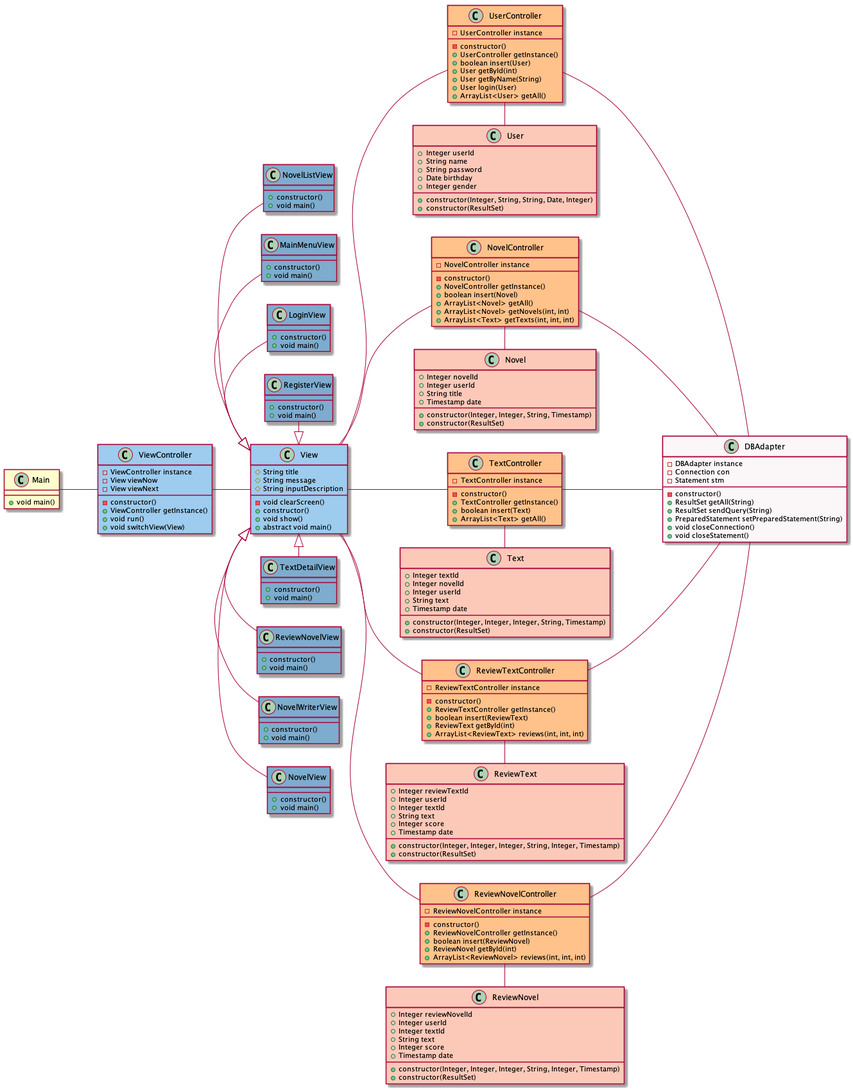
hiroya8649/relaynovel keeps this PlantUML diagram as Class.png. Above is the earlier version.
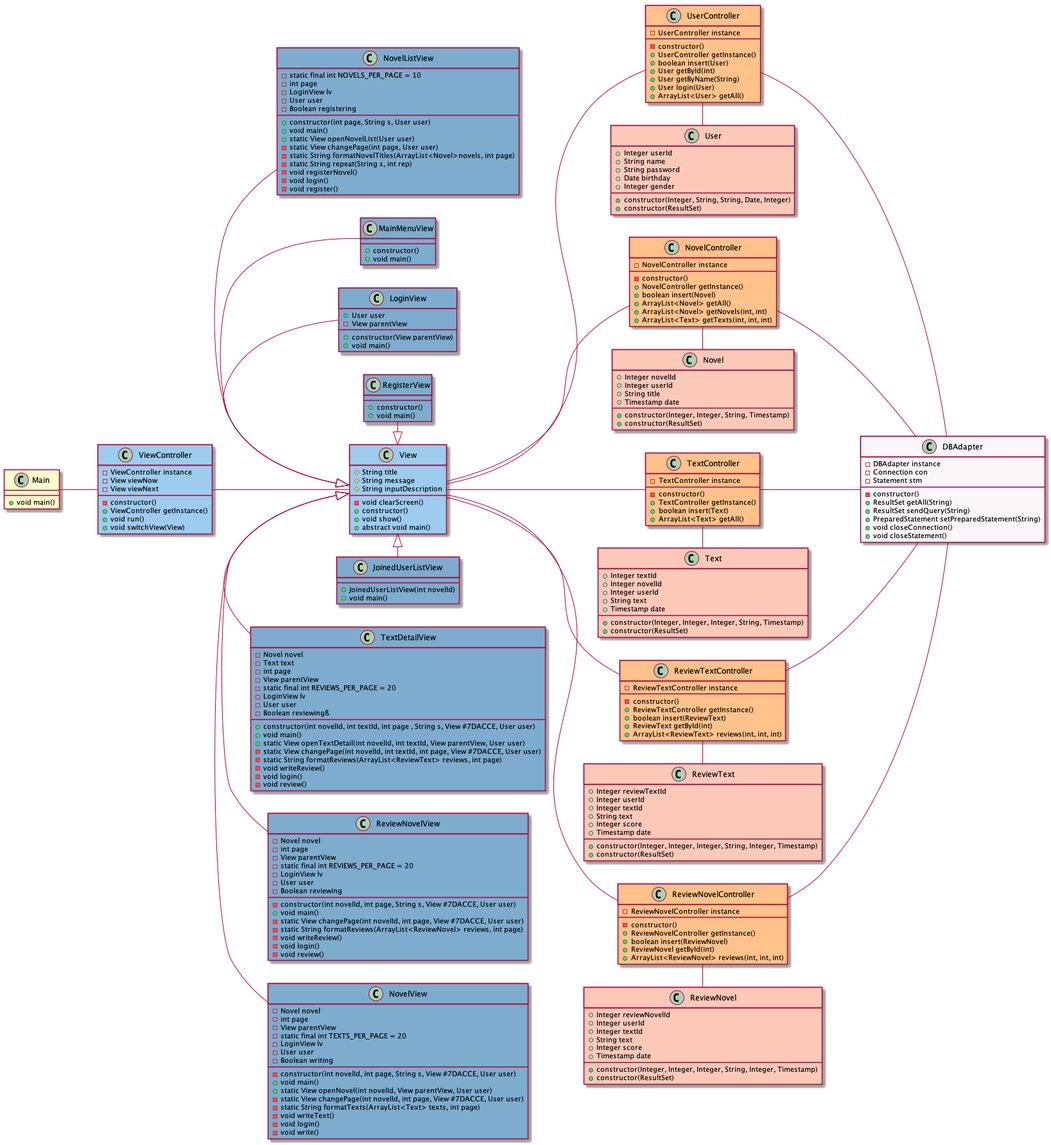
Above is the later version.

Commit message:
Class diagram]

Diff of the diagram source:
```diff
@@ -91,32 +91,86 @@
 }
 
 class NovelListView #7DACCE {
-  + constructor()
+  + constructor(int page, String s, User user)
   + void main()
+  + static View openNovelList(User user)
+  - static View changePage(int page, User user)
+  - static String formatNovelTitles(ArrayList<Novel>novels, int page)
+  - static String repeat(String s, int rep)
+  - void registerNovel()
+  - void login()
+  - void register()
+  - static final int NOVELS_PER_PAGE = 10
+  - int page
+  - LoginView lv
+  - User user
+  - Boolean registering
+
 }
 
 class NovelView #7DACCE {
-  + constructor()
+  - constructor(int novelId, int page, String s, View #7DACCE, User user)
   + void main()
+  + static View openNovel(int novelId, View parentView, User user)
+  - static View changePage(int novelId, int page, View #7DACCE, User user)
+  - static String formatTexts(ArrayList<Text> texts, int page)
+  - void writeText()
+  - void login()
+  - void write()
+  - Novel novel
+  - int page
+  - View parentView
+  - static final int TEXTS_PER_PAGE = 20
+  - LoginView lv
+  - User user
+  - Boolean writing
 }
 
 class ReviewNovelView #7DACCE {
-  + constructor()
+  - constructor(int novelId, int page, String s, View #7DACCE, User user)
   + void main()
+  - static View changePage(int novelId, int page, View #7DACCE, User user)
+  - static String formatReviews(ArrayList<ReviewNovel> reviews, int page)
+  - void writeReview()
+  - void login()
+  - void review()
+  - Novel novel
+  - int page
+  - View parentView
+  - static final int REVIEWS_PER_PAGE = 20
+  - LoginView lv
+  - User user
+  - Boolean reviewing
 }
 
 class TextDetailView #7DACCE {
-  + constructor()
+  + constructor(int novelId, int textId, int page , String s, View #7DACCE, User user)
   + void main()
-}
-
-class NovelWriterView #7DACCE {
-  + constructor()
-  + void main()
+  + static View openTextDetail(int novelId, int textId, View parentView, User user)
+  - static View changePage(int novelId, int textId, int page, View #7DACCE, User user)
+  - static String formatReviews(ArrayList<ReviewText> reviews, int page)
+  - void writeReview()
+  - void login()
+  - void review()
+  - Novel novel
+  - Text text
+  - int page
+  - View parentView
+  - static final int REVIEWS_PER_PAGE = 20
+  - LoginView lv
+  - User user
+  - Boolean reviewingß
 }
 
 class LoginView #7DACCE {
-  + constructor()
+  + constructor(View parentView)
+  + void main()
+  + User user
+  - View parentView
+}
+
+class JoinedUserListView #7DACCE {
+  + JoinedUserListView(int novelId)
   + void main()
 }
 
@@ -206,8 +260,8 @@
 View <|-left- MainMenuView
 View <|-left- NovelListView
 View <|-right- NovelView
-View <|-right- NovelWriterView
 View <|-right- ReviewNovelView
 View <|-right- TextDetailView
+View <|-right- JoinedUserListView
 
 @enduml
```
